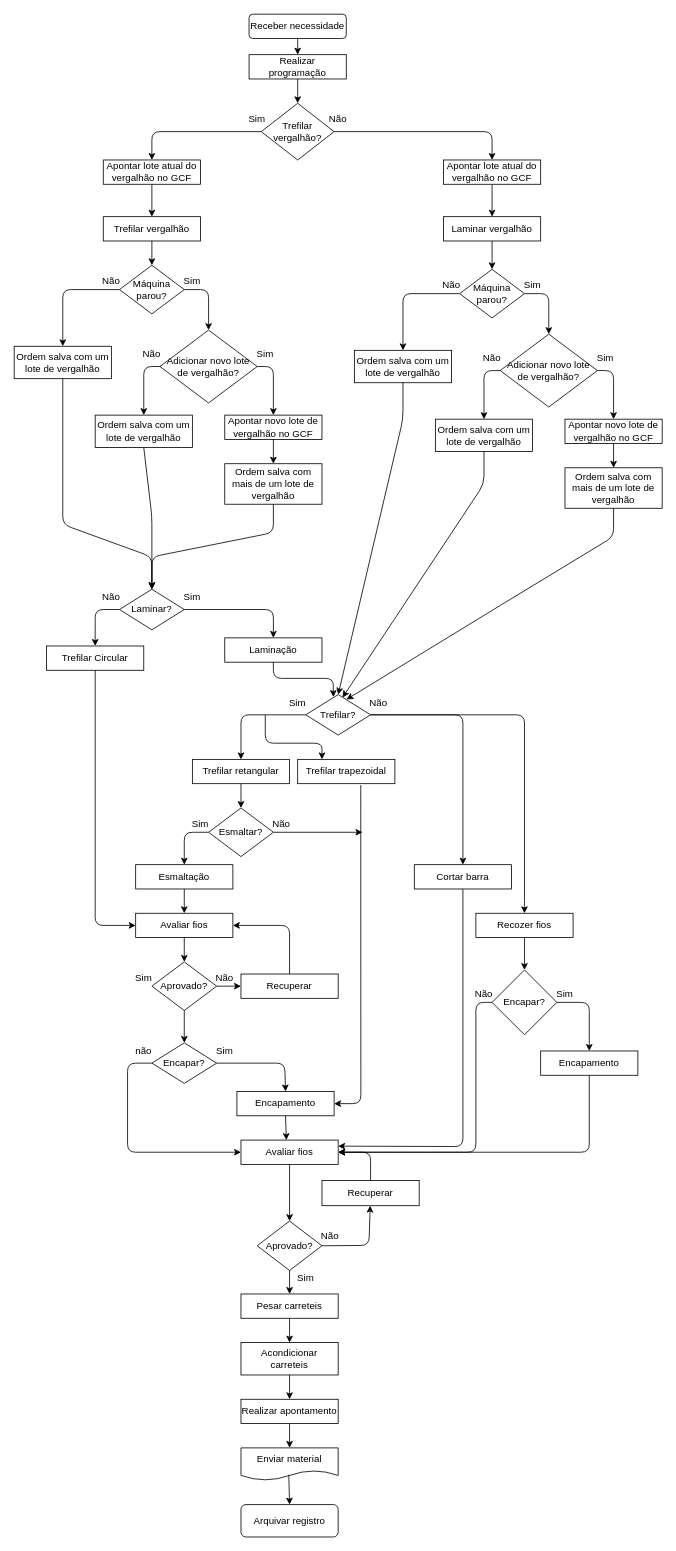
This is Untitled Diagram.drawio from zeca-esp/disney.github.io, a draw.io file, before an edit. Source tidied: cells renumbered, new cells numbered last; positions are measured from the earlier drawing's top-left corner, leaving out a move shared by most shapes. Both pictures are drawn from the tidied source at 81%, with x=0, y=0 at pixel (14, 14).
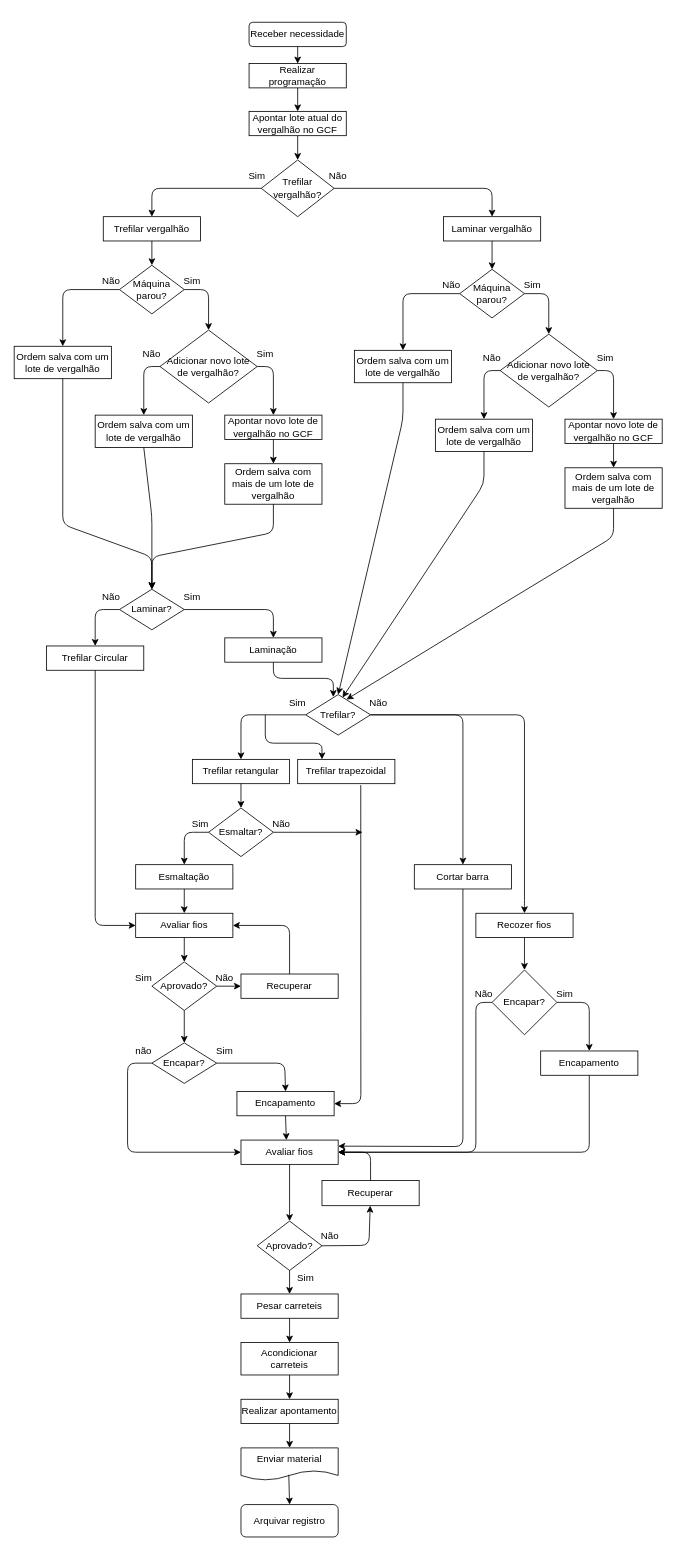
Above is the later version.

The change refers to these unchanged cells:
```xml
<mxCell id="5" value="Trefilar vergalhão" style="rounded=0;whiteSpace=wrap;html=1;" parent="1" vertex="1">
  <mxGeometry x="110" y="250" width="120" height="30" as="geometry" />
</mxCell>
<mxCell id="107" value="Laminar vergalhão" style="rounded=0;whiteSpace=wrap;html=1;" parent="1" vertex="1">
  <mxGeometry x="530" y="250" width="120" height="30" as="geometry" />
</mxCell>
```

Change to the diagram source:
```diff
@@
     <mxCell id="2" value="Receber necessidade" style="rounded=1;whiteSpace=wrap;html=1;" parent="1" vertex="1">
-      <mxGeometry x="290" width="120" height="30" as="geometry" />
+      <mxGeometry x="290" y="10" width="120" height="30" as="geometry" />
     </mxCell>
     <mxCell id="3" value="Realizar programação" style="rounded=0;whiteSpace=wrap;html=1;" parent="1" vertex="1">
-      <mxGeometry x="290" y="50" width="120" height="30" as="geometry" />
+      <mxGeometry x="290" y="61" width="120" height="30" as="geometry" />
     </mxCell>
     <mxCell id="4" value="Trefilar vergalhão?" style="rhombus;whiteSpace=wrap;html=1;" parent="1" vertex="1">
-      <mxGeometry x="305" y="110" width="90" height="70" as="geometry" />
+      <mxGeometry x="305" y="180" width="90" height="70" as="geometry" />
     </mxCell>
@@
-    <mxCell id="9" style="endArrow=classic;html=1;exitX=0.5;exitY=1;exitDx=0;exitDy=0;" parent="1" edge="1" source="2">
-      <mxGeometry relative="1" as="geometry">
-        <mxPoint x="350" y="50" as="targetPoint" />
-      </mxGeometry>
+    <mxCell id="9" style="endArrow=classic;html=1;exitX=0.5;exitY=1;exitDx=0;exitDy=0;entryX=0.5;entryY=0;entryDx=0;entryDy=0;entryPerimeter=0;" parent="1" edge="1" source="2" target="3">
+      <mxGeometry relative="1" as="geometry" />
     </mxCell>
-    <mxCell id="10" style="endArrow=classic;html=1;exitX=0.5;exitY=1;exitDx=0;exitDy=0;entryX=0.5;entryY=0;entryDx=0;entryDy=0;" parent="1" edge="1" source="3" target="4">
+    <mxCell id="10" style="endArrow=classic;html=1;exitX=0.5;exitY=1;exitDx=0;exitDy=0;entryX=0.5;entryY=0;entryDx=0;entryDy=0;" parent="1" edge="1" source="3" target="127">
       <mxGeometry relative="1" as="geometry" />
     </mxCell>
     <mxCell id="11" value="Sim" style="text;html=1;strokeColor=none;fillColor=none;align=center;verticalAlign=middle;whiteSpace=wrap;rounded=0;" parent="1" vertex="1">
-      <mxGeometry x="280" y="120" width="40" height="20" as="geometry" />
+      <mxGeometry x="280" y="190" width="40" height="20" as="geometry" />
     </mxCell>
-    <mxCell id="12" style="endArrow=classic;html=1;exitX=0.5;exitY=1;exitDx=0;exitDy=0;entryX=0.5;entryY=0;entryDx=0;entryDy=0;" parent="1" edge="1" source="86" target="5">
+    <mxCell id="12" style="endArrow=classic;html=1;exitX=0.5;exitY=1;exitDx=0;exitDy=0;entryX=0.5;entryY=0;entryDx=0;entryDy=0;" parent="1" edge="1" source="127" target="4">
       <mxGeometry relative="1" as="geometry" />
     </mxCell>
     <mxCell id="13" value="Não" style="text;html=1;strokeColor=none;fillColor=none;align=center;verticalAlign=middle;whiteSpace=wrap;rounded=0;" parent="1" vertex="1">
-      <mxGeometry x="380" y="120" width="40" height="20" as="geometry" />
+      <mxGeometry x="380" y="190" width="40" height="20" as="geometry" />
     </mxCell>
@@
-    <mxCell id="19" style="endArrow=classic;html=1;exitX=1;exitY=0.5;exitDx=0;exitDy=0;entryX=0.5;entryY=0;entryDx=0;entryDy=0;" parent="1" edge="1" source="4" target="87">
+    <mxCell id="19" style="endArrow=classic;html=1;exitX=1;exitY=0.5;exitDx=0;exitDy=0;entryX=0.5;entryY=0;entryDx=0;entryDy=0;" parent="1" edge="1" source="4">
       <mxGeometry relative="1" as="geometry">
+        <mxPoint x="590" y="250" as="targetPoint" />
         <Array as="points">
-          <mxPoint x="590" y="145" />
+          <mxPoint x="590" y="215" />
         </Array>
       </mxGeometry>
     </mxCell>
-    <mxCell id="20" style="endArrow=classic;html=1;exitX=0.5;exitY=1;exitDx=0;exitDy=0;entryX=0.5;entryY=0;entryDx=0;entryDy=0;" parent="1" edge="1" source="87" target="107">
-      <mxGeometry relative="1" as="geometry" />
-    </mxCell>
@@
-    <mxCell id="69" style="endArrow=classic;html=1;entryX=0.5;entryY=0;entryDx=0;entryDy=0;exitX=0;exitY=0.5;exitDx=0;exitDy=0;" parent="1" edge="1" source="4" target="86">
+    <mxCell id="69" style="endArrow=classic;html=1;entryX=0.5;entryY=0;entryDx=0;entryDy=0;exitX=0;exitY=0.5;exitDx=0;exitDy=0;" parent="1" edge="1" source="4">
       <mxGeometry relative="1" as="geometry">
+        <mxPoint x="170" y="250" as="targetPoint" />
         <Array as="points">
-          <mxPoint x="170" y="145" />
+          <mxPoint x="170" y="215" />
         </Array>
       </mxGeometry>
     </mxCell>
@@
-    <mxCell id="86" value="Apontar lote atual do vergalhão no GCF" style="rounded=0;whiteSpace=wrap;html=1;" parent="1" vertex="1">
-      <mxGeometry x="110" y="180" width="120" height="30" as="geometry" />
-    </mxCell>
-    <mxCell id="87" value="Apontar lote atual do vergalhão no GCF" style="rounded=0;whiteSpace=wrap;html=1;" parent="1" vertex="1">
-      <mxGeometry x="530" y="180" width="120" height="30" as="geometry" />
-    </mxCell>
@@
+    <mxCell id="127" value="Apontar lote atual do vergalhão no GCF" style="rounded=0;whiteSpace=wrap;html=1;" parent="1" vertex="1">
+      <mxGeometry x="290" y="120" width="120" height="30" as="geometry" />
+    </mxCell>
```
